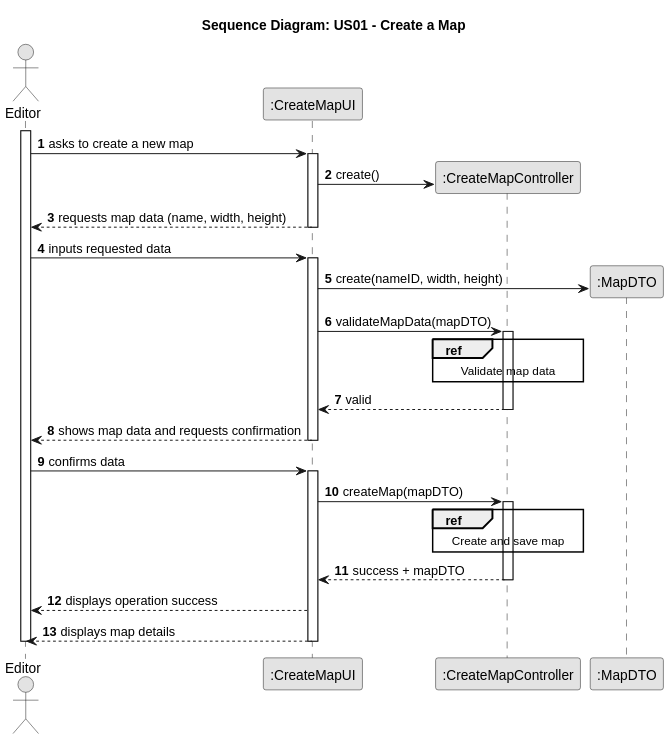
The PlantUML diagram docs/system-documentation/Sprint 3/US01/03.design/svg/US01-SD-split-Sequence_Diagram.svg in HenriqueSilva18/Railway-Network-Simulator, before a commit.
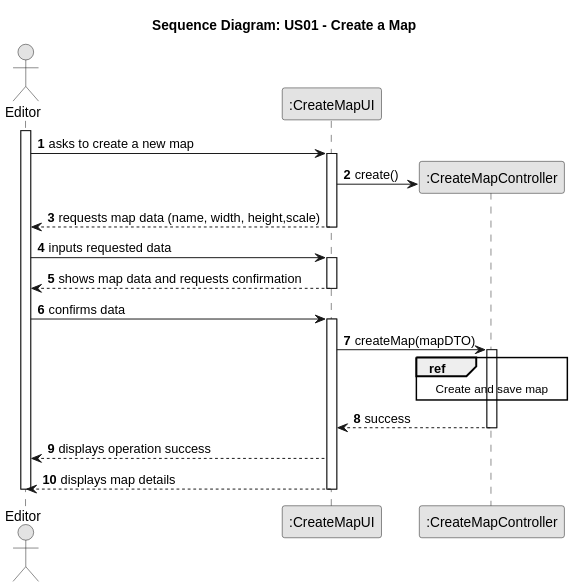
After the change.

Commit message:
[US01] - Design Artifacts adjustments in coherence with the Map's 'scale' attribute

What changed in the source:
```diff
@@ -10,28 +10,17 @@
 actor "Editor" as editor
 participant ":CreateMapUI" as UI
 participant ":CreateMapController" as CTRL
-participant ":MapDTO" as DTO
 
 activate editor
 
     editor -> UI : asks to create a new map
         activate UI
             UI -> CTRL**: create()
-            UI --> editor: requests map data (name, width, height)
+            UI --> editor: requests map data (name, width, height,scale)
         deactivate UI
 
     editor -> UI: inputs requested data
         activate UI
-            UI -> DTO**: create(nameID, width, height)
-            UI -> CTRL: validateMapData(mapDTO)
-            activate CTRL
-
-            ref over CTRL
-            Validate map data
-            end
-
-                CTRL --> UI: valid
-            deactivate CTRL
 
             UI --> editor: shows map data and requests confirmation
         deactivate UI
@@ -45,7 +34,7 @@
             end
 
             activate CTRL
-                CTRL --> UI: success + mapDTO
+                CTRL --> UI: success
             deactivate CTRL
 
             UI --> editor: displays operation success
```
